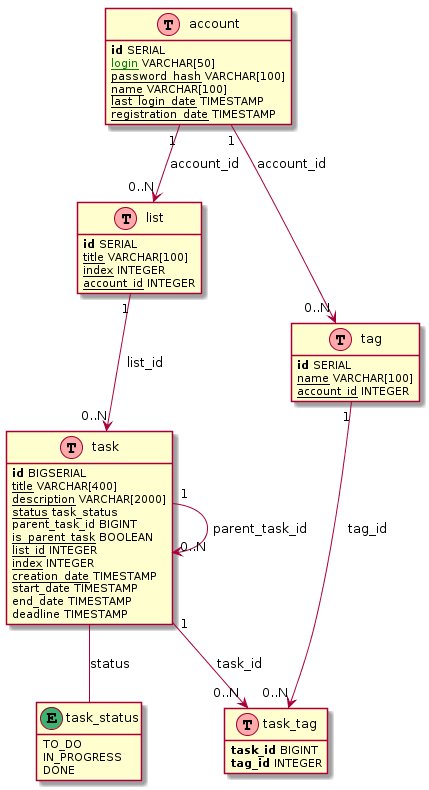
The PlantUML diagram db/noodle-db.png in Restless-Anchoret/noodle-doc, before a commit. Source of this version:
```plantuml
@startuml

hide methods
hide stereotypes



class account as "account" << (T,#FFAAAA) >> {
  <b>id</b> SERIAL
  <color:green><u>login</u></color> VARCHAR[50]
  <u>password_hash</u> VARCHAR[100]
  <u>name</u> VARCHAR[100]
  <u>last_login_date</u> TIMESTAMP
  <u>registration_date</u> TIMESTAMP
}

class list as "list" << (T,#FFAAAA) >> {
  <b>id</b> SERIAL
  <u>title</u> VARCHAR[100]
  <u>index</u> INTEGER
  <u>account_id</u> INTEGER
}

class task as "task" << (T,#FFAAAA) >> {
  <b>id</b> BIGSERIAL
  <u>title</u> VARCHAR[400]
  <u>description</u> VARCHAR[2000]
  <u>status</u> task_status
  parent_task_id BIGINT
  <u>is_parent_task</u> BOOLEAN
  <u>list_id</u> INTEGER
  <u>index</u> INTEGER
  <u>creation_date</u> TIMESTAMP
  start_date TIMESTAMP
  end_date TIMESTAMP
  deadline TIMESTAMP
}

class task_status as "task_status" << (E,#3CB371) >> {
  TO_DO
  IN_PROGRESS
  DONE
}

class tag as "tag" << (T,#FFAAAA) >> {
  <b>id</b> SERIAL
  <u>name</u> VARCHAR[100]
  <u>account_id</u> INTEGER
}

class task_tag as "task_tag" << (T,#FFAAAA) >> {
  <b>task_id</b> BIGINT
  <b>tag_id</b> INTEGER
}



account "1" --> "0..N" list : account_id
account "1" --> "0..N" tag : account_id
list "1" --> "0..N" task : list_id
task "1" --> "0..N" task : parent_task_id
task -- task_status : status
task "1" --> "0..N" task_tag : task_id
tag "1" --> "0..N" task_tag : tag_id
@enduml
```
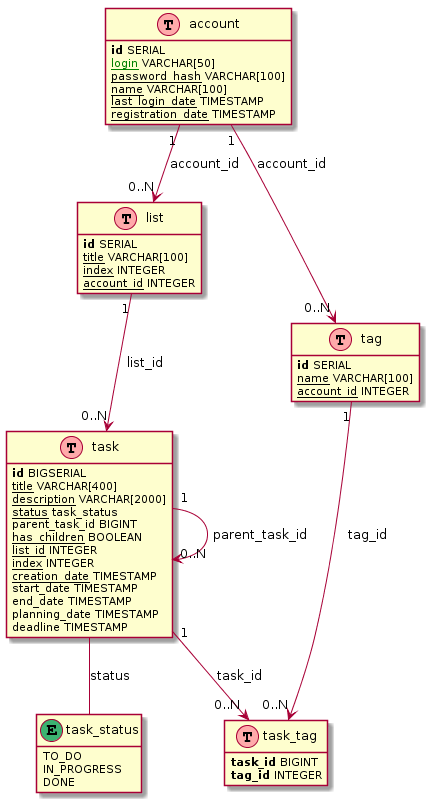
The same diagram one commit later.

Commit message:
Database schema was corrected.

Change to the diagram source:
```diff
@@ -27,12 +27,13 @@
   <u>description</u> VARCHAR[2000]
   <u>status</u> task_status
   parent_task_id BIGINT
-  <u>is_parent_task</u> BOOLEAN
+  <u>has_children</u> BOOLEAN
   <u>list_id</u> INTEGER
   <u>index</u> INTEGER
   <u>creation_date</u> TIMESTAMP
   start_date TIMESTAMP
   end_date TIMESTAMP
+  planning_date TIMESTAMP
   deadline TIMESTAMP
 }
 
```
